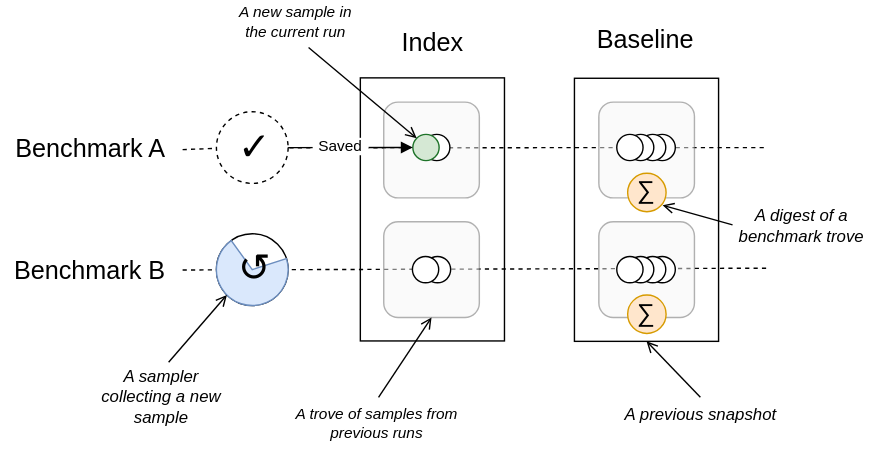
Above: docs/concepts.drawio.svg in repris-dev/repris (draw.io), before the change. Source tidied: cells renumbered, new cells last; positions are measured from the earlier drawing's top-left corner, leaving out a move shared by most shapes.
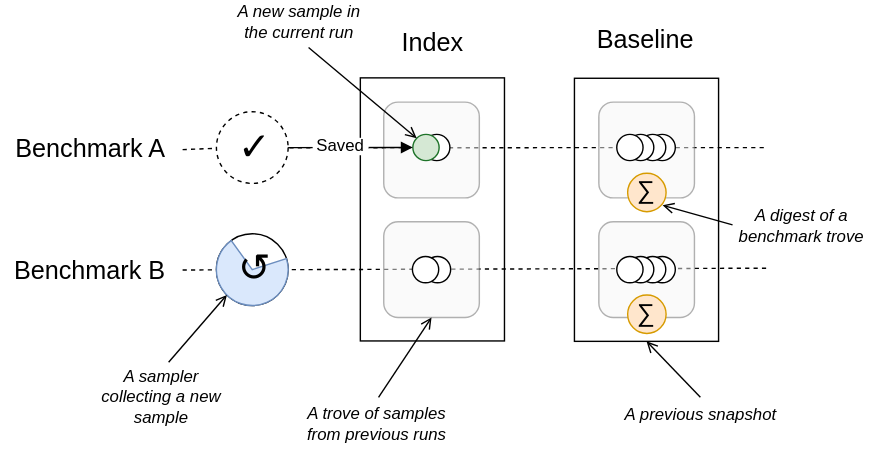
After the commit.

Change to the diagram source:
```diff
@@ -120,10 +120,10 @@
     <mxCell id="37" value="&lt;font style=&quot;font-size: 18px;&quot;&gt;Baseline&lt;/font&gt;" style="text;strokeColor=none;align=center;fillColor=none;html=1;verticalAlign=middle;whiteSpace=wrap;rounded=0;dashed=1;" parent="5" vertex="1">
       <mxGeometry x="290.4" width="102.5" height="51.3" as="geometry" />
     </mxCell>
-    <mxCell id="38" value="A new sample in the current run" style="text;align=center;html=1;verticalAlign=middle;whiteSpace=wrap;rounded=0;shadow=1;sketch=0;fillStyle=auto;fontFamily=Helvetica;fontSize=11;fontStyle=2;" parent="5" vertex="1">
-      <mxGeometry x="47" y="-2.3" width="88.1" height="30" as="geometry" />
+    <mxCell id="38" value="&lt;font style=&quot;font-size: 12px;&quot;&gt;A new sample in the current run&lt;/font&gt;" style="text;align=center;html=1;verticalAlign=middle;whiteSpace=wrap;rounded=0;shadow=1;sketch=0;fillStyle=auto;fontFamily=Helvetica;fontSize=11;fontStyle=2;" parent="5" vertex="1">
+      <mxGeometry x="47" y="-2.3" width="93" height="30" as="geometry" />
     </mxCell>
-    <mxCell id="39" value="Saved" style="text;align=center;html=1;verticalAlign=middle;whiteSpace=wrap;rounded=0;shadow=0;sketch=0;fillStyle=auto;fontFamily=Helvetica;fontSize=11;fillColor=default;" parent="5" vertex="1">
+    <mxCell id="39" value="&lt;font style=&quot;font-size: 12px;&quot;&gt;Saved&lt;/font&gt;" style="text;align=center;html=1;verticalAlign=middle;whiteSpace=wrap;rounded=0;shadow=0;sketch=0;fillStyle=auto;fontFamily=Helvetica;fontSize=11;fillColor=default;" parent="5" vertex="1">
       <mxGeometry x="102.9" y="95.5" width="40" height="12.4" as="geometry" />
     </mxCell>
     <mxCell id="40" value="&lt;span style=&quot;color: rgb(0, 0, 0); font-family: Helvetica; font-style: normal; font-variant-ligatures: normal; font-variant-caps: normal; font-weight: 400; letter-spacing: normal; orphans: 2; text-align: center; text-indent: 0px; text-transform: none; widows: 2; word-spacing: 0px; -webkit-text-stroke-width: 0px; text-decoration-thickness: initial; text-decoration-style: initial; text-decoration-color: initial; float: none; display: inline !important;&quot;&gt;&lt;font style=&quot;font-size: 28px;&quot;&gt;↺&lt;/font&gt;&lt;/span&gt;" style="text;whiteSpace=wrap;html=1;fontSize=21;fontFamily=Courier New;fillColor=none;shadow=0;labelBackgroundColor=none;" parent="5" vertex="1">
@@ -148,7 +148,7 @@
         <mxPoint x="120" y="258.2" as="targetPoint" />
       </mxGeometry>
     </mxCell>
-    <mxCell id="45" value="A trove of samples from previous runs" style="text;align=center;html=1;verticalAlign=middle;whiteSpace=wrap;rounded=0;shadow=1;sketch=0;fillStyle=auto;fontFamily=Helvetica;fontSize=11;fontStyle=2;" parent="1" vertex="1">
+    <mxCell id="45" value="&lt;font style=&quot;font-size: 12px;&quot;&gt;A trove of samples from previous runs&lt;/font&gt;" style="text;align=center;html=1;verticalAlign=middle;whiteSpace=wrap;rounded=0;shadow=1;sketch=0;fillStyle=auto;fontFamily=Helvetica;fontSize=11;fontStyle=2;" parent="1" vertex="1">
       <mxGeometry x="210" y="287.3" width="118" height="30" as="geometry" />
     </mxCell>
     <mxCell id="46" style="edgeStyle=none;html=1;exitX=0;exitY=0;exitDx=0;exitDy=0;fontFamily=Helvetica;fontSize=11;fontColor=#4D4D4D;startArrow=open;startFill=0;endArrow=none;endFill=0;shadow=0;jumpStyle=none;" parent="1" edge="1" source="14">
```
